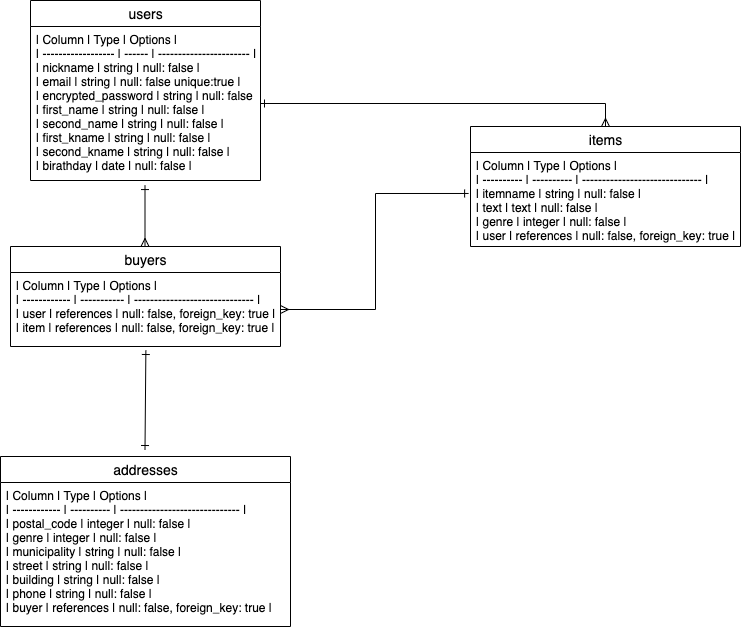
The draw.io diagram furima..drawio.png in aoi276/furima-34261, before a commit. Source tidied: cells renumbered, new cells last; positions are measured from the earlier drawing's top-left corner, leaving out a move shared by most shapes.
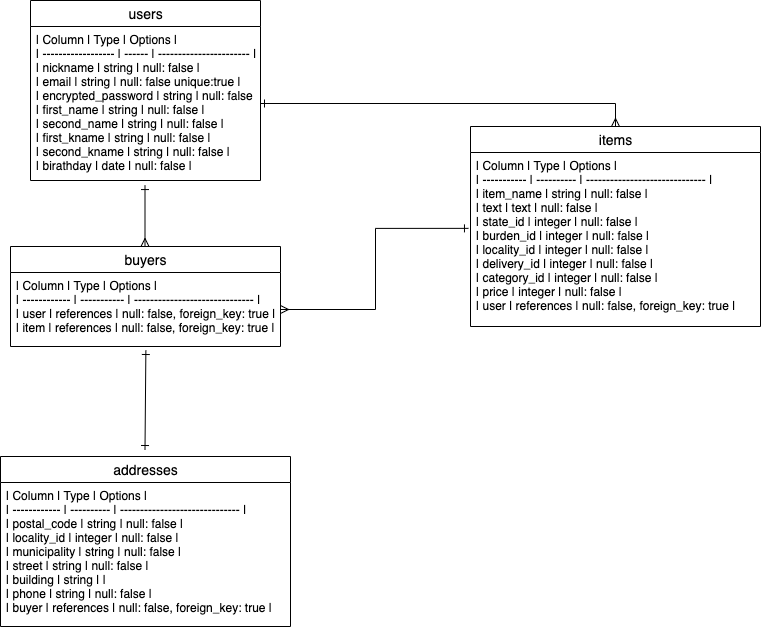
After the commit.

Commit message:
データベース設計4

Diff of the diagram source:
```diff
@@ -32,14 +32,14 @@
     <mxCell id="9" value="addresses" style="swimlane;fontStyle=0;horizontal=1;startSize=26;align=center;fontSize=14;html=1;" parent="1" vertex="1">
       <mxGeometry y="456" width="290" height="170" as="geometry" />
     </mxCell>
-    <mxCell id="10" value="| Column       | Type       | Options                        |&#10;| ------------ | ---------- | ------------------------------ |&#10;| postal_code  | integer    | null: false                    |&#10;| genre        | integer    | null: false                    |&#10;| municipality | string     | null: false                    |&#10;| street       | string     | null: false                    |&#10;| building     | string     | null: false                    |&#10;| phone        | string     | null: false                    |&#10;| buyer        | references | null: false, foreign_key: true |" style="text;strokeColor=none;fillColor=none;spacingLeft=4;spacingRight=4;overflow=hidden;fontSize=12;" parent="9" vertex="1">
+    <mxCell id="10" value="| Column       | Type       | Options                        |&#10;| ------------ | ---------- | ------------------------------ |&#10;| postal_code  | string     | null: false                    |&#10;| locality_id  | integer    | null: false                    |&#10;| municipality | string     | null: false                    |&#10;| street       | string     | null: false                    |&#10;| building     | string     |                                |&#10;| phone        | string     | null: false                    |&#10;| buyer        | references | null: false, foreign_key: true |&#10;" style="text;strokeColor=none;fillColor=none;spacingLeft=4;spacingRight=4;overflow=hidden;fontSize=12;" parent="9" vertex="1">
       <mxGeometry y="26" width="290" height="144" as="geometry" />
     </mxCell>
     <mxCell id="11" value="items" style="swimlane;fontStyle=0;horizontal=1;startSize=26;align=center;fontSize=14;html=1;" parent="1" vertex="1">
-      <mxGeometry x="470" y="126" width="270" height="120" as="geometry" />
+      <mxGeometry x="470" y="126" width="290" height="200" as="geometry" />
     </mxCell>
-    <mxCell id="12" value="| Column     | Type       | Options                        |&#10;| ---------- | ---------- | ------------------------------ |&#10;| itemname   | string     | null: false                    |&#10;| text       | text       | null: false                    |&#10;| genre      | integer    | null: false                    |&#10;| user       | references | null: false, foreign_key: true |" style="text;strokeColor=none;fillColor=none;spacingLeft=4;spacingRight=4;overflow=hidden;points=[[0,0.5],[1,0.5]];portConstraint=eastwest;fontSize=12;" parent="11" vertex="1">
-      <mxGeometry y="26" width="270" height="94" as="geometry" />
+    <mxCell id="12" value="| Column      | Type       | Options                        |&#10;| ----------- | ---------- | ------------------------------ |&#10;| item_name   | string     | null: false                    |&#10;| text        | text       | null: false                    |&#10;| state_id    | integer    | null: false                    |&#10;| burden_id   | integer    | null: false                    |&#10;| locality_id | integer    | null: false                    |&#10;| delivery_id | integer    | null: false                    |&#10;| category_id | integer    | null: false                    |&#10;| price       | integer    | null: false                    |&#10;| user        | references | null: false, foreign_key: true |" style="text;strokeColor=none;fillColor=none;spacingLeft=4;spacingRight=4;overflow=hidden;points=[[0,0.5],[1,0.5]];portConstraint=eastwest;fontSize=12;" parent="11" vertex="1">
+      <mxGeometry y="26" width="290" height="174" as="geometry" />
     </mxCell>
     <mxCell id="13" style="edgeStyle=orthogonalEdgeStyle;rounded=0;jettySize=auto;html=1;fontFamily=Helvetica;entryX=0.5;entryY=0;entryDx=0;entryDy=0;startArrow=ERone;startFill=0;endArrow=ERmany;endFill=0;" parent="1" edge="1" source="6" target="11">
       <mxGeometry relative="1" as="geometry" />
```
